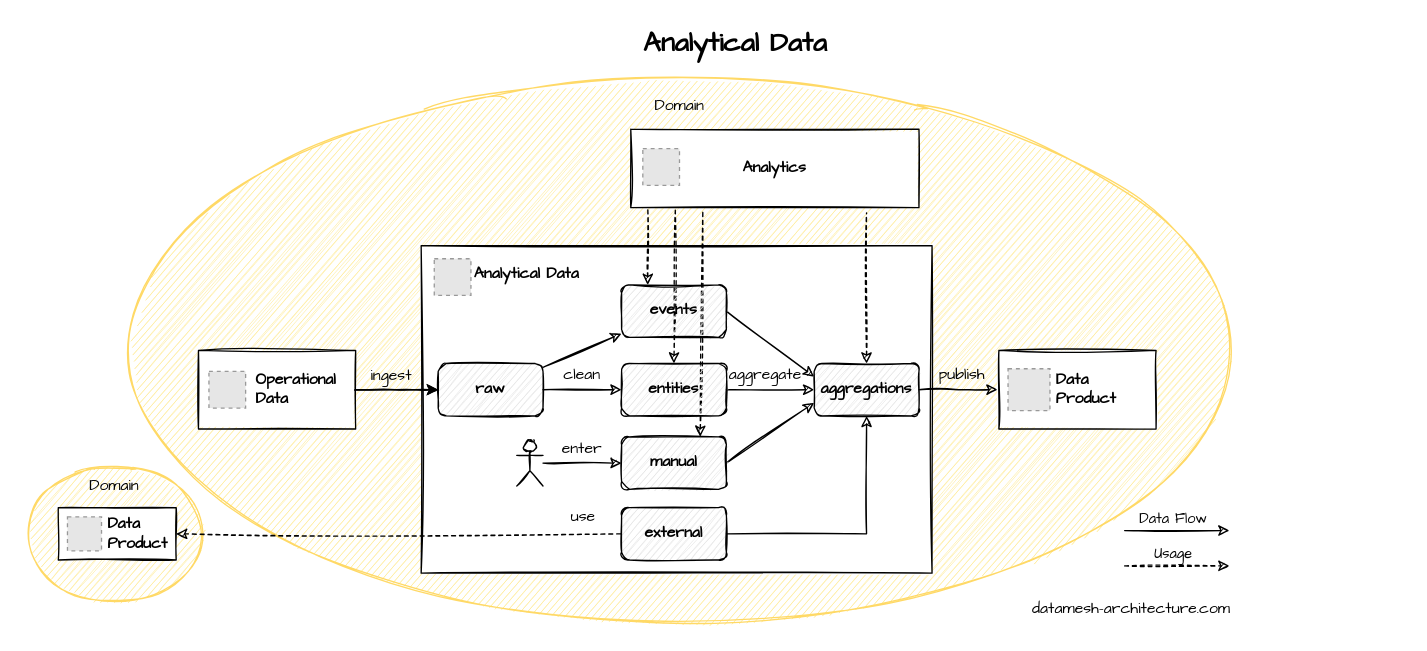
Before: diagrams/analyticaldata.drawio in datamesh-architecture/datamesh-architecture.com, a draw.io diagram. Source tidied: cells renumbered, new cells numbered last; positions are measured from the earlier drawing's top-left corner, leaving out a move shared by most shapes. Both pictures are drawn from the tidied source at 131%, with x=0, y=0 at pixel (22, 22). Pictures stored in the file or linked from it are replaced by grey dashed boxes.
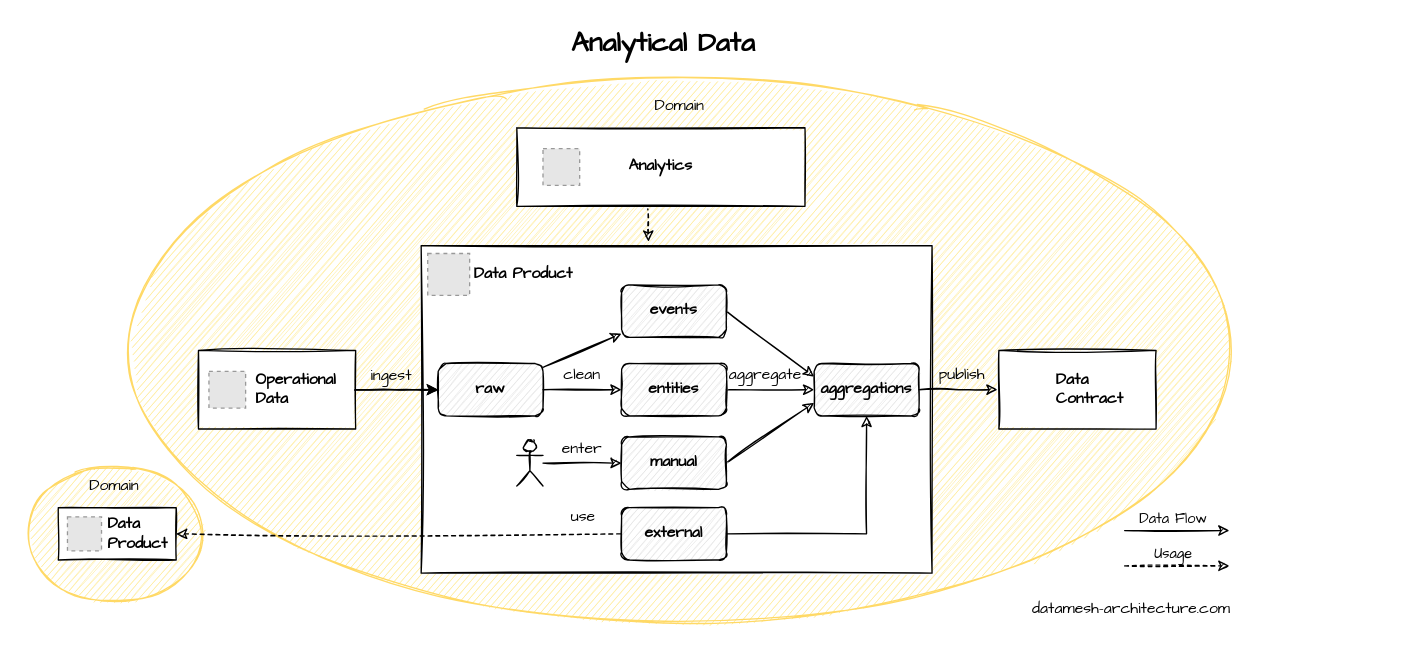
The same page after the edit.

The change refers to these unchanged cells:
```xml
<mxCell id="24" value="aggregations" style="rounded=1;whiteSpace=wrap;html=1;fontStyle=1;fontFamily=Architects Daughter;sketch=1;fillStyle=hachure;fillColor=#E3E3E3;" parent="1" vertex="1">
  <mxGeometry x="604" y="260" width="80" height="40" as="geometry" />
</mxCell>
<mxCell id="30" value="manual" style="rounded=1;whiteSpace=wrap;html=1;fontStyle=1;fontFamily=Architects Daughter;sketch=1;fillStyle=hachure;fillColor=#E3E3E3;" parent="1" vertex="1">
  <mxGeometry x="457" y="316" width="80" height="40" as="geometry" />
</mxCell>
<mxCell id="31" value="events" style="rounded=1;whiteSpace=wrap;html=1;fontStyle=1;fontFamily=Architects Daughter;sketch=1;fillStyle=hachure;fillColor=#E3E3E3;" parent="1" vertex="1">
  <mxGeometry x="457" y="200" width="80" height="40" as="geometry" />
</mxCell>
<mxCell id="32" value="entities" style="rounded=1;whiteSpace=wrap;html=1;fontStyle=1;fontFamily=Architects Daughter;sketch=1;fillStyle=hachure;fillColor=#E3E3E3;" parent="1" vertex="1">
  <mxGeometry x="457" y="260" width="80" height="40" as="geometry" />
</mxCell>
```

The edit, as a diff of the source:
```diff
@@
-    <mxCell id="3" value="&amp;nbsp; Analytical Data" style="rounded=0;whiteSpace=wrap;html=1;fontStyle=1;verticalAlign=top;align=left;fontFamily=Architects Daughter;sketch=1;spacingLeft=29;spacingTop=8;" parent="1" vertex="1">
+    <mxCell id="3" value="&amp;nbsp; Data Product" style="rounded=0;whiteSpace=wrap;html=1;fontStyle=1;verticalAlign=top;align=left;fontFamily=Architects Daughter;sketch=1;spacingLeft=29;spacingTop=8;" parent="1" vertex="1">
       <mxGeometry x="304" y="170" width="390" height="250" as="geometry" />
     </mxCell>
-    <mxCell id="4" style="rounded=0;jettySize=auto;html=1;startArrow=classic;startFill=1;endArrow=none;endFill=0;dashed=1;exitX=0.5;exitY=0;exitDx=0;exitDy=0;fontFamily=Architects Daughter;sketch=1;" parent="1" edge="1" source="32">
-      <mxGeometry relative="1" as="geometry">
-        <mxPoint x="498" y="143" as="targetPoint" />
-      </mxGeometry>
-    </mxCell>
@@
-    <mxCell id="19" style="rounded=0;jettySize=auto;html=1;startArrow=classic;startFill=1;endArrow=none;endFill=0;dashed=1;exitX=0.25;exitY=0;exitDx=0;exitDy=0;fontFamily=Architects Daughter;sketch=1;" parent="1" edge="1" source="31">
+    <mxCell id="19" style="rounded=0;jettySize=auto;html=1;startArrow=classic;startFill=1;endArrow=none;endFill=0;dashed=1;exitX=0.445;exitY=-0.012;exitDx=0;exitDy=0;fontFamily=Architects Daughter;sketch=1;exitPerimeter=0;" parent="1" edge="1" source="3">
       <mxGeometry relative="1" as="geometry">
         <mxPoint x="477" y="142" as="targetPoint" />
       </mxGeometry>
     </mxCell>
-    <mxCell id="20" style="rounded=0;jettySize=auto;html=1;startArrow=classic;startFill=1;endArrow=none;endFill=0;dashed=1;exitX=0.75;exitY=0;exitDx=0;exitDy=0;fontFamily=Architects Daughter;sketch=1;" parent="1" edge="1" source="30">
-      <mxGeometry relative="1" as="geometry">
-        <mxPoint x="519" y="143" as="targetPoint" />
-      </mxGeometry>
-    </mxCell>
@@
-    <mxCell id="25" style="rounded=0;jettySize=auto;html=1;startArrow=classic;startFill=1;endArrow=none;endFill=0;dashed=1;exitX=0.5;exitY=0;exitDx=0;exitDy=0;fontFamily=Architects Daughter;sketch=1;" parent="1" edge="1" source="24">
-      <mxGeometry relative="1" as="geometry">
-        <mxPoint x="644" y="145" as="targetPoint" />
-      </mxGeometry>
-    </mxCell>
@@
     <mxCell id="29" value="Analytical Data" style="text;html=1;strokeColor=none;fillColor=none;align=center;verticalAlign=middle;whiteSpace=wrap;rounded=0;sketch=1;fontFamily=Architects Daughter;fontSize=21;fontStyle=1;" parent="1" vertex="1">
-      <mxGeometry x="34" width="1020" height="30" as="geometry" />
+      <mxGeometry x="14" width="950" height="30" as="geometry" />
     </mxCell>
@@
-    <mxCell id="36" value="Data&lt;br&gt;Product" style="rounded=0;whiteSpace=wrap;html=1;fontStyle=1;sketch=1;fontFamily=Architects Daughter;align=left;spacingLeft=42;" parent="1" vertex="1">
+    <mxCell id="36" value="Data&lt;br&gt;Contract" style="rounded=0;whiteSpace=wrap;html=1;fontStyle=1;sketch=1;fontFamily=Architects Daughter;align=left;spacingLeft=42;" parent="1" vertex="1">
       <mxGeometry x="745" y="250" width="120" height="60" as="geometry" />
     </mxCell>
     <mxCell id="37" style="fillColor=#E6E6E6;strokeColor=#999999;dashed=1;verticalLabelPosition=bottom;labelBackgroundColor=#ffffff;verticalAlign=top;" parent="1" vertex="1">
-      <mxGeometry x="752" y="264" width="32" height="32" as="geometry" />
+      <mxGeometry x="309" y="176" width="32" height="32" as="geometry" />
     </mxCell>
@@
     <mxCell id="42" value="Analytics" style="rounded=0;whiteSpace=wrap;html=1;fontStyle=1;sketch=1;fontFamily=Architects Daughter;align=center;spacingLeft=0;" parent="1" vertex="1">
-      <mxGeometry x="464" y="81" width="220" height="60" as="geometry" />
+      <mxGeometry x="377" y="80" width="220" height="60" as="geometry" />
     </mxCell>
     <mxCell id="43" style="fillColor=#E6E6E6;strokeColor=#999999;dashed=1;verticalLabelPosition=bottom;labelBackgroundColor=default;verticalAlign=top;" parent="1" vertex="1">
-      <mxGeometry x="473.2" y="96" width="28" height="28" as="geometry" />
+      <mxGeometry x="397" y="96" width="28" height="28" as="geometry" />
     </mxCell>
-    <mxCell id="44" style="fillColor=#E6E6E6;strokeColor=#999999;dashed=1;verticalLabelPosition=bottom;labelBackgroundColor=default;verticalAlign=top;" parent="1" vertex="1">
-      <mxGeometry x="314" y="180" width="28" height="28" as="geometry" />
-    </mxCell>
```
